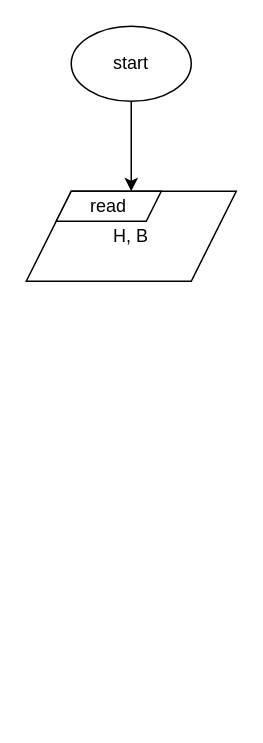
Above: parallelogram.drawio in mohamedSabry0/algorithms_design (draw.io), before the change. Source tidied: cells renumbered, new cells numbered last; positions are measured from the earlier drawing's top-left corner, leaving out a move shared by most shapes. Both pictures are drawn from the tidied source at 150%, with x=0, y=0 at pixel (26, 26).
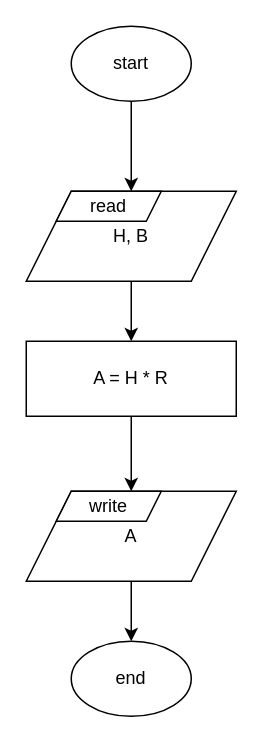
Above is the later version.

The edit, as a diff of the source:
```diff
@@
 <mxGraphModel>
   <root>
     <mxCell id="0" />
     <mxCell id="1" parent="0" />
     <mxCell id="2" style="edgeStyle=orthogonalEdgeStyle;rounded=0;jettySize=auto;html=1;" parent="1" edge="1" source="3" target="4">
       <mxGeometry relative="1" as="geometry" />
     </mxCell>
     <mxCell id="3" value="start" style="ellipse;whiteSpace=wrap;html=1;" parent="1" vertex="1">
       <mxGeometry x="30" width="80" height="50" as="geometry" />
     </mxCell>
+    <mxCell id="6" style="edgeStyle=orthogonalEdgeStyle;rounded=0;jettySize=auto;html=1;" parent="1" edge="1" source="4" target="8">
+      <mxGeometry relative="1" as="geometry" />
+    </mxCell>
     <mxCell id="4" value="H, B" style="shape=parallelogram;perimeter=parallelogramPerimeter;whiteSpace=wrap;html=1;fixedSize=1;size=30;" parent="1" vertex="1">
       <mxGeometry y="110" width="140" height="60" as="geometry" />
     </mxCell>
     <mxCell id="5" value="read" style="shape=parallelogram;perimeter=parallelogramPerimeter;whiteSpace=wrap;html=1;fixedSize=1;size=10;" parent="1" vertex="1">
       <mxGeometry x="20" y="110" width="70" height="20" as="geometry" />
     </mxCell>
+    <mxCell id="7" style="edgeStyle=orthogonalEdgeStyle;rounded=0;jettySize=auto;html=1;entryX=0.5;entryY=0;entryDx=0;entryDy=0;" parent="1" edge="1" source="8" target="10">
+      <mxGeometry relative="1" as="geometry" />
+    </mxCell>
+    <mxCell id="8" value="A = H * R" style="whiteSpace=wrap;html=1;" parent="1" vertex="1">
+      <mxGeometry y="210" width="140" height="50" as="geometry" />
+    </mxCell>
+    <mxCell id="9" style="edgeStyle=orthogonalEdgeStyle;rounded=0;jettySize=auto;html=1;" parent="1" edge="1" source="10" target="12">
+      <mxGeometry relative="1" as="geometry" />
+    </mxCell>
+    <mxCell id="10" value="A" style="shape=parallelogram;perimeter=parallelogramPerimeter;whiteSpace=wrap;html=1;fixedSize=1;size=30;" parent="1" vertex="1">
+      <mxGeometry y="310" width="140" height="60" as="geometry" />
+    </mxCell>
+    <mxCell id="11" value="write" style="shape=parallelogram;perimeter=parallelogramPerimeter;whiteSpace=wrap;html=1;fixedSize=1;size=10;" parent="1" vertex="1">
+      <mxGeometry x="20" y="310" width="70" height="20" as="geometry" />
+    </mxCell>
+    <mxCell id="12" value="end" style="ellipse;whiteSpace=wrap;html=1;" parent="1" vertex="1">
+      <mxGeometry x="30" y="410" width="80" height="50" as="geometry" />
+    </mxCell>
   </root>
 </mxGraphModel>
```
